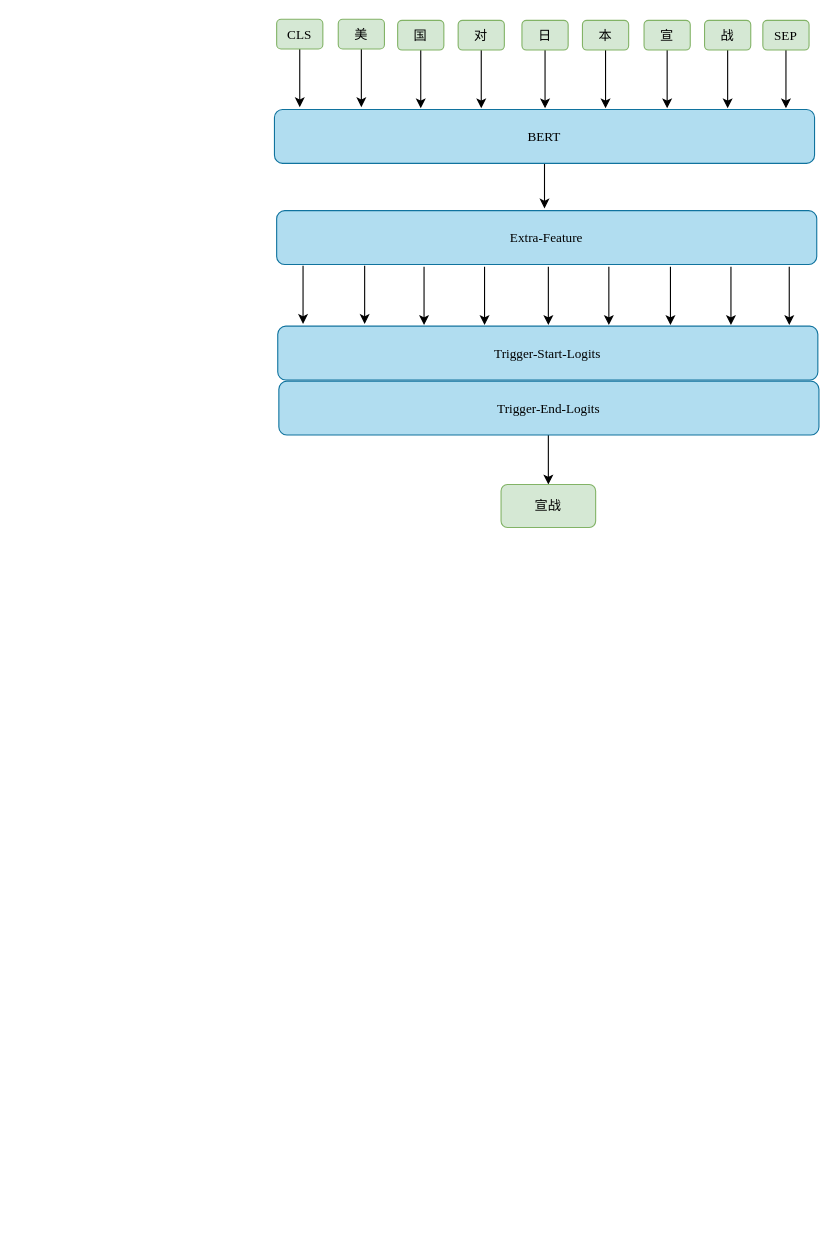
This is page "第 2 页" (2 of 2) of 模型架构图.drawio from WindSearcher/draw_reposity, a draw.io file, before an edit. Source tidied: cells renumbered, new cells numbered last; positions are measured from the earlier drawing's top-left corner, leaving out a move shared by most shapes. Both pictures are drawn from the tidied source at 110%, with x=0, y=0 at pixel (274, 19).
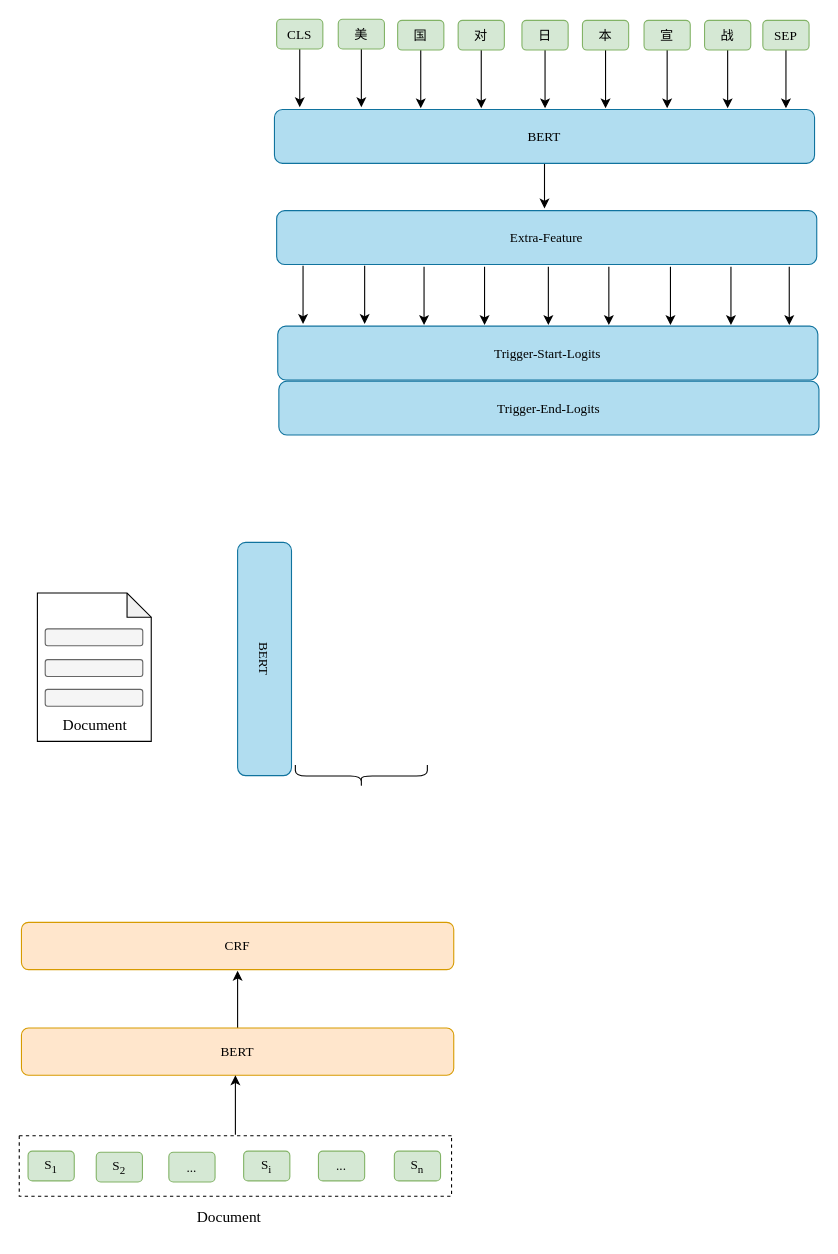
Above is the later version.

Commit message:
模型架构图.drawio

Unchanged cells that the change refers to:
```xml
<mxCell id="34" value="&lt;font face=&quot;Times New Roman&quot;&gt;Trigger-End-Logits&lt;/font&gt;" style="rounded=1;whiteSpace=wrap;html=1;fillColor=#b1ddf0;strokeColor=#10739e;" parent="1" vertex="1">
  <mxGeometry x="4" y="329" width="491" height="49" as="geometry" />
</mxCell>
```

Change to the diagram source:
```diff
@@
-    <mxCell id="33" style="edgeStyle=orthogonalEdgeStyle;rounded=0;jettySize=auto;html=1;entryX=0.5;entryY=0;entryDx=0;entryDy=0;" parent="1" edge="1" source="34" target="35">
-      <mxGeometry relative="1" as="geometry">
-        <Array as="points">
-          <mxPoint x="250" y="401" />
-        </Array>
-      </mxGeometry>
-    </mxCell>
@@
-    <mxCell id="35" value="&lt;font face=&quot;Times New Roman&quot;&gt;宣战&lt;/font&gt;" style="rounded=1;whiteSpace=wrap;html=1;fillColor=#d5e8d4;strokeColor=#82b366;" parent="1" vertex="1">
-      <mxGeometry x="206" y="423" width="86" height="39" as="geometry" />
-    </mxCell>
+    <mxCell id="36" style="shape=note;whiteSpace=wrap;html=1;backgroundOutline=1;darkOpacity=0.05;rotation=-90;size=22;direction=south;" parent="1" vertex="1">
+      <mxGeometry x="-231.2" y="537.3" width="134.9" height="103.5" as="geometry" />
+    </mxCell>
+    <mxCell id="37" style="rounded=1;whiteSpace=wrap;html=1;rotation=90;labelBackgroundColor=none;fillColor=#f5f5f5;fontColor=#333333;strokeColor=#666666;direction=south;" parent="1" vertex="1">
+      <mxGeometry x="-171.7" y="517.5" width="15.3" height="88.7" as="geometry" />
+    </mxCell>
+    <mxCell id="38" style="rounded=1;whiteSpace=wrap;html=1;rotation=90;labelBackgroundColor=none;fillColor=#f5f5f5;fontColor=#333333;strokeColor=#666666;direction=south;" parent="1" vertex="1">
+      <mxGeometry x="-171.7" y="545.5" width="15.3" height="88.7" as="geometry" />
+    </mxCell>
+    <mxCell id="39" value="&lt;font style=&quot;font-size: 14px;&quot; face=&quot;Times New Roman&quot;&gt;Document&lt;/font&gt;" style="text;strokeColor=none;align=center;fillColor=none;html=1;verticalAlign=middle;whiteSpace=wrap;rounded=0;" parent="1" vertex="1">
+      <mxGeometry x="-193" y="628.1" width="60" height="30" as="geometry" />
+    </mxCell>
+    <mxCell id="40" style="rounded=1;whiteSpace=wrap;html=1;rotation=90;labelBackgroundColor=none;fillColor=#f5f5f5;fontColor=#333333;strokeColor=#666666;direction=south;" parent="1" vertex="1">
+      <mxGeometry x="-171.7" y="572.5" width="15.3" height="88.7" as="geometry" />
+    </mxCell>
+    <mxCell id="41" value="&lt;font style=&quot;font-size: 14px;&quot; face=&quot;Times New Roman&quot;&gt;Document&lt;/font&gt;" style="text;strokeColor=none;align=center;fillColor=none;html=1;verticalAlign=middle;whiteSpace=wrap;rounded=0;" parent="1" vertex="1">
+      <mxGeometry x="-71" y="1075" width="60" height="30" as="geometry" />
+    </mxCell>
+    <mxCell id="42" style="edgeStyle=orthogonalEdgeStyle;rounded=0;jettySize=auto;html=1;" parent="1" edge="1" source="43">
+      <mxGeometry relative="1" as="geometry">
+        <mxPoint x="-33.5" y="865" as="targetPoint" />
+      </mxGeometry>
+    </mxCell>
+    <mxCell id="43" value="&lt;font face=&quot;Times New Roman&quot;&gt;BERT&lt;/font&gt;" style="rounded=1;whiteSpace=wrap;html=1;fillColor=#ffe6cc;strokeColor=#d79b00;rotation=0;" parent="1" vertex="1">
+      <mxGeometry x="-230" y="917" width="393" height="43" as="geometry" />
+    </mxCell>
+    <mxCell id="44" style="shape=curlyBracket;whiteSpace=wrap;html=1;rounded=1;labelPosition=left;verticalLabelPosition=middle;align=right;verticalAlign=middle;rotation=-90;" parent="1" vertex="1">
+      <mxGeometry x="69" y="628" width="20" height="120" as="geometry" />
+    </mxCell>
+    <mxCell id="45" value="&lt;font face=&quot;Times New Roman&quot;&gt;BERT&lt;/font&gt;" style="rounded=1;whiteSpace=wrap;html=1;fillColor=#b1ddf0;strokeColor=#10739e;rotation=90;" parent="1" vertex="1">
+      <mxGeometry x="-115" y="557.1" width="212" height="49" as="geometry" />
+    </mxCell>
+    <mxCell id="46" value="&lt;font face=&quot;Times New Roman&quot;&gt;S&lt;sub&gt;1&lt;/sub&gt;&lt;/font&gt;" style="rounded=1;whiteSpace=wrap;html=1;fillColor=#d5e8d4;strokeColor=#82b366;" parent="1" vertex="1">
+      <mxGeometry x="-224" y="1029" width="42" height="27" as="geometry" />
+    </mxCell>
+    <mxCell id="47" value="&lt;font face=&quot;Times New Roman&quot;&gt;S&lt;sub&gt;2&lt;/sub&gt;&lt;/font&gt;" style="rounded=1;whiteSpace=wrap;html=1;fillColor=#d5e8d4;strokeColor=#82b366;" parent="1" vertex="1">
+      <mxGeometry x="-162" y="1030" width="42" height="27" as="geometry" />
+    </mxCell>
+    <mxCell id="48" value="&lt;font face=&quot;Times New Roman&quot;&gt;...&lt;/font&gt;" style="rounded=1;whiteSpace=wrap;html=1;fillColor=#d5e8d4;strokeColor=#82b366;" parent="1" vertex="1">
+      <mxGeometry x="-96" y="1030" width="42" height="27" as="geometry" />
+    </mxCell>
+    <mxCell id="49" value="&lt;font face=&quot;Times New Roman&quot;&gt;S&lt;sub&gt;i&lt;/sub&gt;&lt;/font&gt;" style="rounded=1;whiteSpace=wrap;html=1;fillColor=#d5e8d4;strokeColor=#82b366;" parent="1" vertex="1">
+      <mxGeometry x="-28" y="1029" width="42" height="27" as="geometry" />
+    </mxCell>
+    <mxCell id="50" value="&lt;font face=&quot;Times New Roman&quot;&gt;S&lt;sub&gt;n&lt;/sub&gt;&lt;/font&gt;" style="rounded=1;whiteSpace=wrap;html=1;fillColor=#d5e8d4;strokeColor=#82b366;" parent="1" vertex="1">
+      <mxGeometry x="109" y="1029" width="42" height="27" as="geometry" />
+    </mxCell>
+    <mxCell id="51" value="&lt;font face=&quot;Times New Roman&quot;&gt;...&lt;/font&gt;" style="rounded=1;whiteSpace=wrap;html=1;fillColor=#d5e8d4;strokeColor=#82b366;" parent="1" vertex="1">
+      <mxGeometry x="40" y="1029" width="42" height="27" as="geometry" />
+    </mxCell>
+    <mxCell id="52" style="edgeStyle=orthogonalEdgeStyle;rounded=0;jettySize=auto;html=1;" parent="1" edge="1" source="53">
+      <mxGeometry relative="1" as="geometry">
+        <mxPoint x="-35.5" y="960" as="targetPoint" />
+      </mxGeometry>
+    </mxCell>
+    <mxCell id="53" style="swimlane;startSize=0;fontFamily=Times New Roman;fontSize=1;fontStyle=0;strokeColor=#000000;dashed=1;perimeterSpacing=1;fillColor=#f8cecc;gradientColor=#ea6b66;swimlaneLine=1;" parent="1" vertex="1">
+      <mxGeometry x="-232" y="1015" width="393" height="55" as="geometry" />
+    </mxCell>
+    <mxCell id="54" value="&lt;font face=&quot;Times New Roman&quot;&gt;CRF&lt;/font&gt;" style="rounded=1;whiteSpace=wrap;html=1;fillColor=#ffe6cc;strokeColor=#d79b00;rotation=0;" parent="1" vertex="1">
+      <mxGeometry x="-230" y="821" width="393" height="43" as="geometry" />
+    </mxCell>
```
